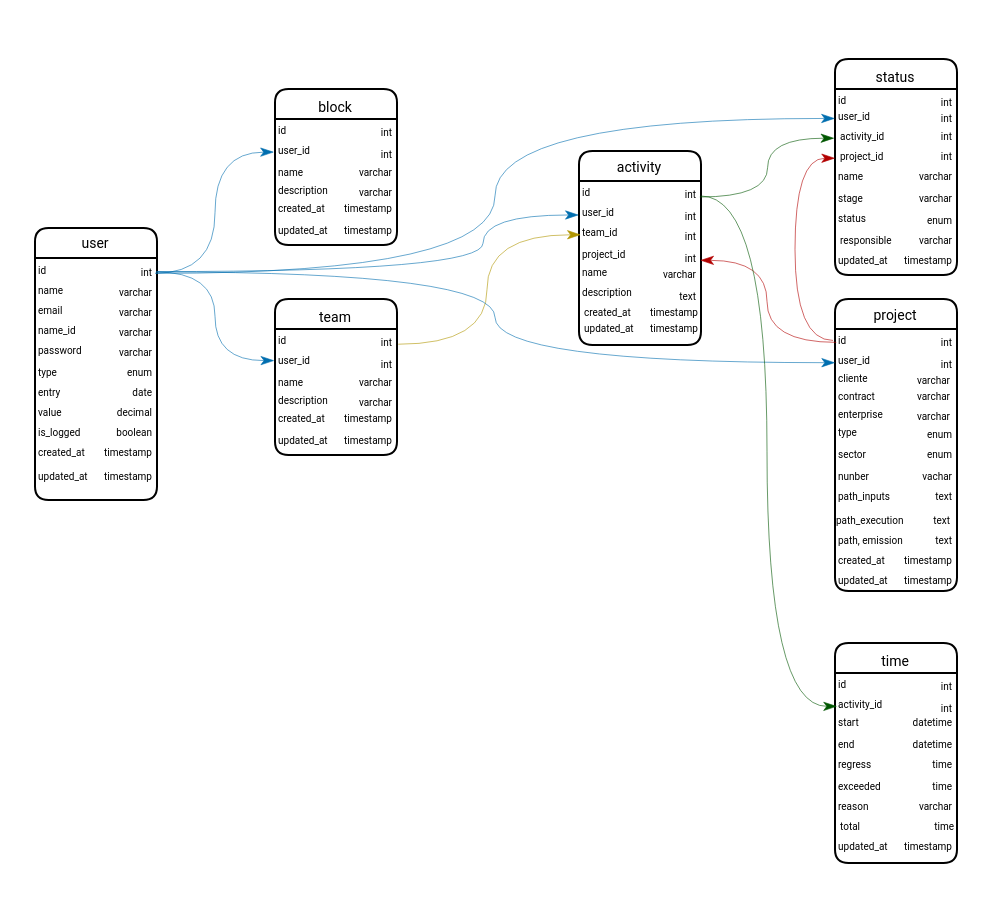
Earlier version of the draw.io diagram Banco Kairos.drawio (Avflux/drawio). Source tidied: cells renumbered, new cells numbered last; positions are measured from the earlier drawing's top-left corner, leaving out a move shared by most shapes. Both pictures are drawn from the tidied source at 200%, with x=0, y=0 at pixel (34, 58).
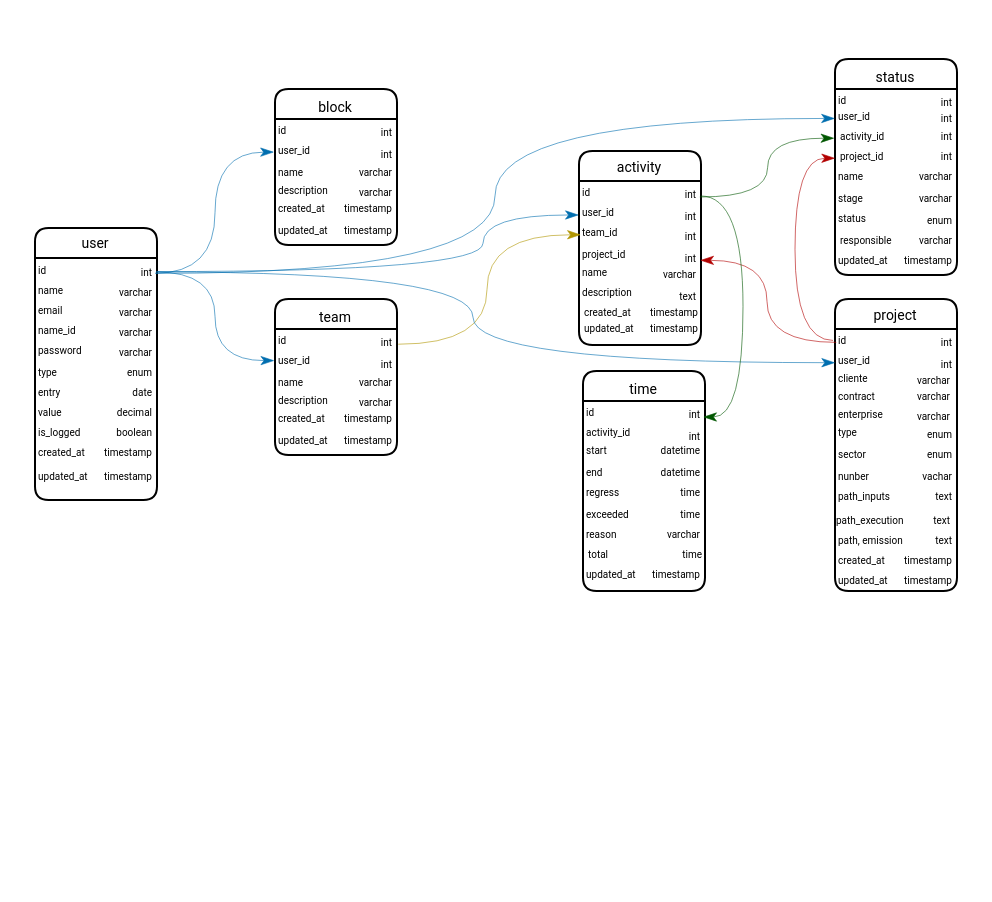
Above is the later version.

Unchanged cells that the change refers to:
```xml
<mxCell id="20" value="&lt;font face=&quot;Roboto&quot;&gt;&lt;span style=&quot;font-size: 5px;&quot;&gt;int&lt;/span&gt;&lt;/font&gt;" style="text;html=1;align=right;verticalAlign=middle;points=[];strokeColor=none;fillColor=none;fontFamily=Architects Daughter;" parent="2" vertex="1">
  <mxGeometry x="40" y="5" width="20" height="30" as="geometry" />
</mxCell>
<mxCell id="48" value="&lt;font face=&quot;Roboto&quot;&gt;&lt;span style=&quot;font-size: 5px;&quot;&gt;int&lt;/span&gt;&lt;/font&gt;" style="text;html=1;align=right;verticalAlign=middle;points=[];strokeColor=none;fillColor=none;fontFamily=Architects Daughter;" parent="38" vertex="1">
  <mxGeometry x="40" y="5" width="20" height="30" as="geometry" />
</mxCell>
<mxCell id="60" value="&lt;font face=&quot;Roboto&quot; style=&quot;font-size: 5px;&quot;&gt;user_id&lt;/font&gt;" style="text;html=1;align=left;verticalAlign=middle;points=[];strokeColor=none;fillColor=none;fontFamily=Architects Daughter;" parent="58" vertex="1">
  <mxGeometry y="17" width="34" height="26" as="geometry" />
</mxCell>
<mxCell id="89" value="&lt;font face=&quot;Roboto&quot; style=&quot;font-size: 5px;&quot;&gt;activity_id&lt;/font&gt;" style="text;html=1;align=left;verticalAlign=middle;points=[];strokeColor=none;fillColor=none;fontFamily=Architects Daughter;" parent="87" vertex="1">
  <mxGeometry y="16" width="42" height="28" as="geometry" />
</mxCell>
<mxCell id="91" value="&lt;font face=&quot;Roboto&quot;&gt;&lt;span style=&quot;font-size: 5px;&quot;&gt;int&lt;/span&gt;&lt;/font&gt;" style="text;html=1;align=right;verticalAlign=middle;points=[];strokeColor=none;fillColor=none;fontFamily=Architects Daughter;" parent="87" vertex="1">
  <mxGeometry x="40" y="5" width="20" height="30" as="geometry" />
</mxCell>
```

What changed in the source:
```diff
@@
     <mxCell id="85" style="edgeStyle=orthogonalEdgeStyle;rounded=0;hachureGap=4;jettySize=auto;html=1;fontFamily=Architects Daughter;curved=1;endArrow=classicThin;endFill=1;strokeWidth=0.3;entryX=0;entryY=0.571;entryDx=0;entryDy=0;entryPerimeter=0;exitX=1.028;exitY=0.565;exitDx=0;exitDy=0;exitPerimeter=0;fillColor=#1ba1e2;strokeColor=#006EAF;" parent="1" edge="1" source="20" target="60">
-      <mxGeometry relative="1" as="geometry" />
+      <mxGeometry relative="1" as="geometry">
+        <Array as="points">
+          <mxPoint x="219" y="106" />
+          <mxPoint x="219" y="152" />
+        </Array>
+      </mxGeometry>
     </mxCell>
@@
     <mxCell id="87" value="&lt;p&gt;&lt;font face=&quot;Roboto&quot;&gt;&lt;span style=&quot;font-size: 7px; font-weight: 400;&quot;&gt;time&lt;/span&gt;&lt;/font&gt;&lt;/p&gt;" style="swimlane;whiteSpace=wrap;html=1;hachureGap=4;fontFamily=Architects Daughter;fillColor=default;strokeColor=default;startSize=15;strokeWidth=1;swimlaneLine=1;glass=0;rounded=1;shadow=0;align=center;" parent="1" vertex="1">
-      <mxGeometry x="400" y="292" width="61" height="110" as="geometry" />
+      <mxGeometry x="274" y="156" width="61" height="110" as="geometry" />
     </mxCell>
@@
-    <mxCell id="106" style="edgeStyle=orthogonalEdgeStyle;rounded=0;hachureGap=4;jettySize=auto;html=1;fontFamily=Architects Daughter;curved=1;endArrow=classicThin;endFill=1;strokeWidth=0.3;entryX=0.023;entryY=0.56;entryDx=0;entryDy=0;entryPerimeter=0;exitX=1.046;exitY=0.583;exitDx=0;exitDy=0;exitPerimeter=0;fillColor=#008a00;strokeColor=#005700;" parent="1" edge="1" source="48" target="89">
+    <mxCell id="106" style="edgeStyle=orthogonalEdgeStyle;rounded=0;hachureGap=4;jettySize=auto;html=1;fontFamily=Architects Daughter;curved=1;endArrow=classicThin;endFill=1;strokeWidth=0.3;entryX=1.007;entryY=0.6;entryDx=0;entryDy=0;entryPerimeter=0;exitX=1.046;exitY=0.583;exitDx=0;exitDy=0;exitPerimeter=0;fillColor=#008a00;strokeColor=#005700;" parent="1" edge="1" source="48" target="91">
       <mxGeometry relative="1" as="geometry" />
     </mxCell>
```
